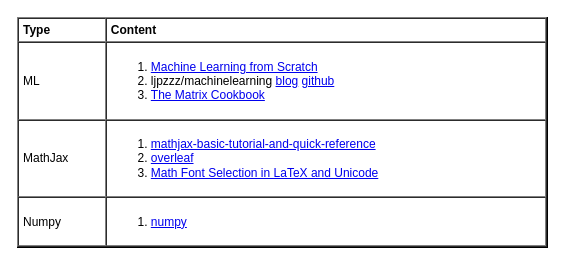
yangdj/tf_docs keeps this draw.io diagram as page "References" (8 of 8) of ml/ml.drawio. Above is the earlier version. Source tidied: cells renumbered, new cells numbered last; positions are measured from the earlier drawing's top-left corner, leaving out a move shared by most shapes. Both pictures are drawn from the tidied source at 100%, with x=0, y=0 at pixel (17, 17).
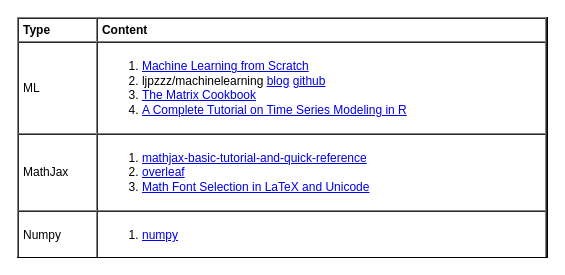
After the change.

The edit, as a diff of the source:
```diff
@@
 <mxGraphModel>
   <root>
     <mxCell id="0" />
     <mxCell id="1" parent="0" />
-    <mxCell id="2" value="&lt;table cellpadding=&quot;4&quot; cellspacing=&quot;0&quot; border=&quot;1&quot; style=&quot;font-size: 1em ; width: 100% ; height: 100%&quot;&gt;&lt;tbody&gt;&lt;tr&gt;&lt;th&gt;Type&lt;/th&gt;&lt;th&gt;Content&lt;/th&gt;&lt;/tr&gt;&lt;tr&gt;&lt;td&gt;ML&lt;/td&gt;&lt;td&gt;&lt;ol&gt;&lt;li&gt;&lt;a href=&quot;https://dafriedman97.github.io/mlbook/content/introduction.html&quot;&gt;Machine Learning from Scratch&lt;br&gt;&lt;/a&gt;&lt;/li&gt;&lt;li&gt;ljpzzz/machinelearning&amp;nbsp;&lt;a href=&quot;https://www.cnblogs.com/pinard&quot;&gt;blog&lt;/a&gt;&amp;nbsp;&lt;a href=&quot;https://github.com/ljpzzz/machinelearning&quot;&gt;github&lt;/a&gt;&lt;/li&gt;&lt;li&gt;&lt;a href=&quot;https://www.math.uwaterloo.ca/~hwolkowi/matrixcookbook.pdf&quot;&gt;The Matrix Cookbook&lt;/a&gt;&lt;br&gt;&lt;/li&gt;&lt;/ol&gt;&lt;/td&gt;&lt;/tr&gt;&lt;tr&gt;&lt;td&gt;MathJax&lt;/td&gt;&lt;td&gt;&lt;ol&gt;&lt;li&gt;&lt;a href=&quot;https://math.meta.stackexchange.com/questions/5020/mathjax-basic-tutorial-and-quick-reference&quot;&gt;mathjax-basic-tutorial-and-quick-reference&lt;/a&gt;&lt;/li&gt;&lt;li&gt;&lt;a href=&quot;https://www.overleaf.com/learn/latex/Mathematical_expressions&quot;&gt;overleaf&lt;/a&gt;&lt;/li&gt;&lt;li&gt;&lt;a href=&quot;http://milde.users.sourceforge.net/LUCR/Math/math-font-selection.xhtml&quot;&gt;Math Font Selection in LaTeX and Unicode&lt;br&gt;&lt;/a&gt;&lt;/li&gt;&lt;/ol&gt;&lt;/td&gt;&lt;/tr&gt;&lt;tr&gt;&lt;td&gt;Numpy&lt;/td&gt;&lt;td&gt;&lt;ol&gt;&lt;li&gt;&lt;a href=&quot;https://numpy.org/devdocs/reference/index.html#reference&quot;&gt;numpy&lt;/a&gt;&lt;/li&gt;&lt;/ol&gt;&lt;/td&gt;&lt;/tr&gt;&lt;/tbody&gt;&lt;/table&gt; " style="verticalAlign=top;align=left;overflow=fill;fontSize=12;fontFamily=Helvetica;html=1;" parent="1" vertex="1">
-      <mxGeometry width="530" height="230" as="geometry" />
+    <mxCell id="2" value="&lt;table cellpadding=&quot;4&quot; cellspacing=&quot;0&quot; border=&quot;1&quot; style=&quot;font-size: 1em ; width: 100% ; height: 100%&quot;&gt;&lt;tbody&gt;&lt;tr&gt;&lt;th&gt;Type&lt;/th&gt;&lt;th&gt;Content&lt;/th&gt;&lt;/tr&gt;&lt;tr&gt;&lt;td&gt;ML&lt;/td&gt;&lt;td&gt;&lt;ol&gt;&lt;li&gt;&lt;a href=&quot;https://dafriedman97.github.io/mlbook/content/introduction.html&quot;&gt;Machine Learning from Scratch&lt;br&gt;&lt;/a&gt;&lt;/li&gt;&lt;li&gt;ljpzzz/machinelearning&amp;nbsp;&lt;a href=&quot;https://www.cnblogs.com/pinard&quot;&gt;blog&lt;/a&gt;&amp;nbsp;&lt;a href=&quot;https://github.com/ljpzzz/machinelearning&quot;&gt;github&lt;/a&gt;&lt;/li&gt;&lt;li&gt;&lt;a href=&quot;https://www.math.uwaterloo.ca/~hwolkowi/matrixcookbook.pdf&quot;&gt;The Matrix Cookbook&lt;/a&gt;&lt;br&gt;&lt;/li&gt;&lt;li&gt;&lt;a href=&quot;https://www.analyticsvidhya.com/blog/2015/12/complete-tutorial-time-series-modeling/&quot;&gt;A Complete Tutorial on Time Series Modeling in R&lt;/a&gt;&lt;br&gt;&lt;/li&gt;&lt;/ol&gt;&lt;/td&gt;&lt;/tr&gt;&lt;tr&gt;&lt;td&gt;MathJax&lt;/td&gt;&lt;td&gt;&lt;ol&gt;&lt;li&gt;&lt;a href=&quot;https://math.meta.stackexchange.com/questions/5020/mathjax-basic-tutorial-and-quick-reference&quot;&gt;mathjax-basic-tutorial-and-quick-reference&lt;/a&gt;&lt;/li&gt;&lt;li&gt;&lt;a href=&quot;https://www.overleaf.com/learn/latex/Mathematical_expressions&quot;&gt;overleaf&lt;/a&gt;&lt;/li&gt;&lt;li&gt;&lt;a href=&quot;http://milde.users.sourceforge.net/LUCR/Math/math-font-selection.xhtml&quot;&gt;Math Font Selection in LaTeX and Unicode&lt;br&gt;&lt;/a&gt;&lt;/li&gt;&lt;/ol&gt;&lt;/td&gt;&lt;/tr&gt;&lt;tr&gt;&lt;td&gt;Numpy&lt;/td&gt;&lt;td&gt;&lt;ol&gt;&lt;li&gt;&lt;a href=&quot;https://numpy.org/devdocs/reference/index.html#reference&quot;&gt;numpy&lt;/a&gt;&lt;/li&gt;&lt;/ol&gt;&lt;/td&gt;&lt;/tr&gt;&lt;/tbody&gt;&lt;/table&gt; " style="verticalAlign=top;align=left;overflow=fill;fontSize=12;fontFamily=Helvetica;html=1;" parent="1" vertex="1">
+      <mxGeometry width="530" height="240" as="geometry" />
     </mxCell>
   </root>
 </mxGraphModel>
```
